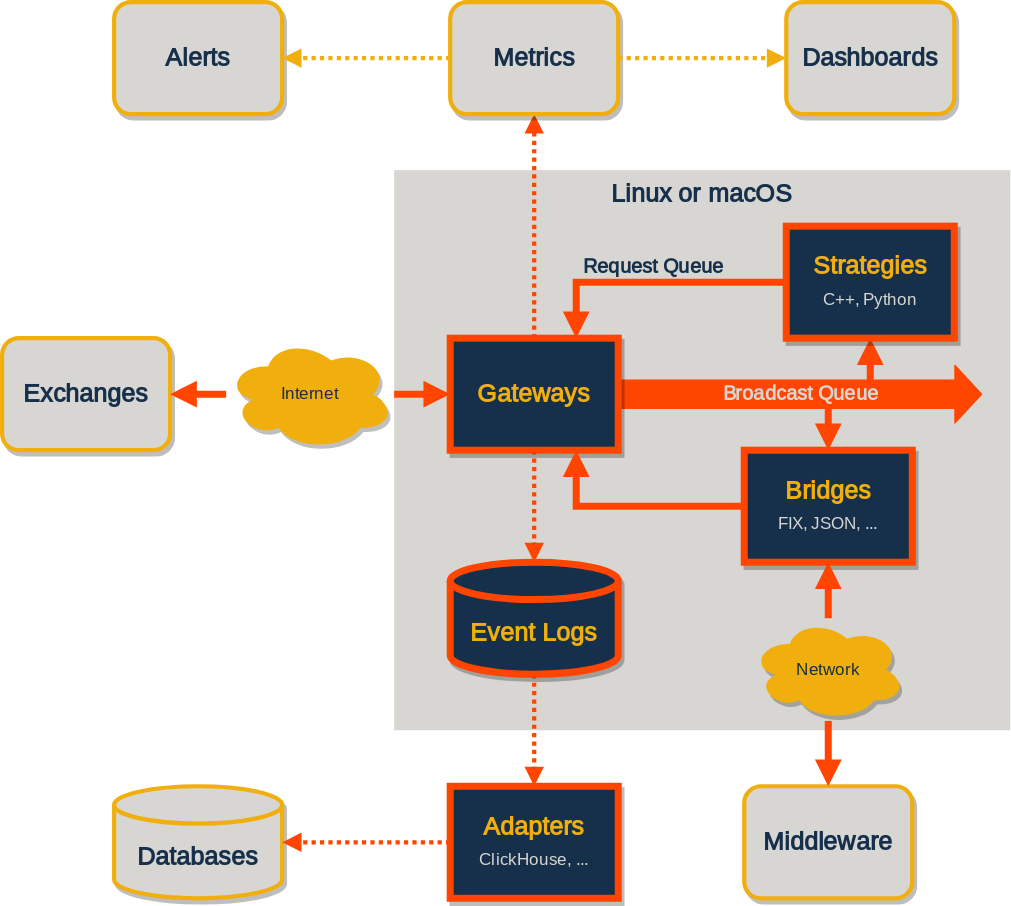
Before: profile/architecture_reference.svg, a diagram exported from draw.io (roq-trading/.github). Source tidied: cells renumbered, new cells last; positions are measured from the earlier drawing's top-left corner, leaving out a move shared by most shapes.
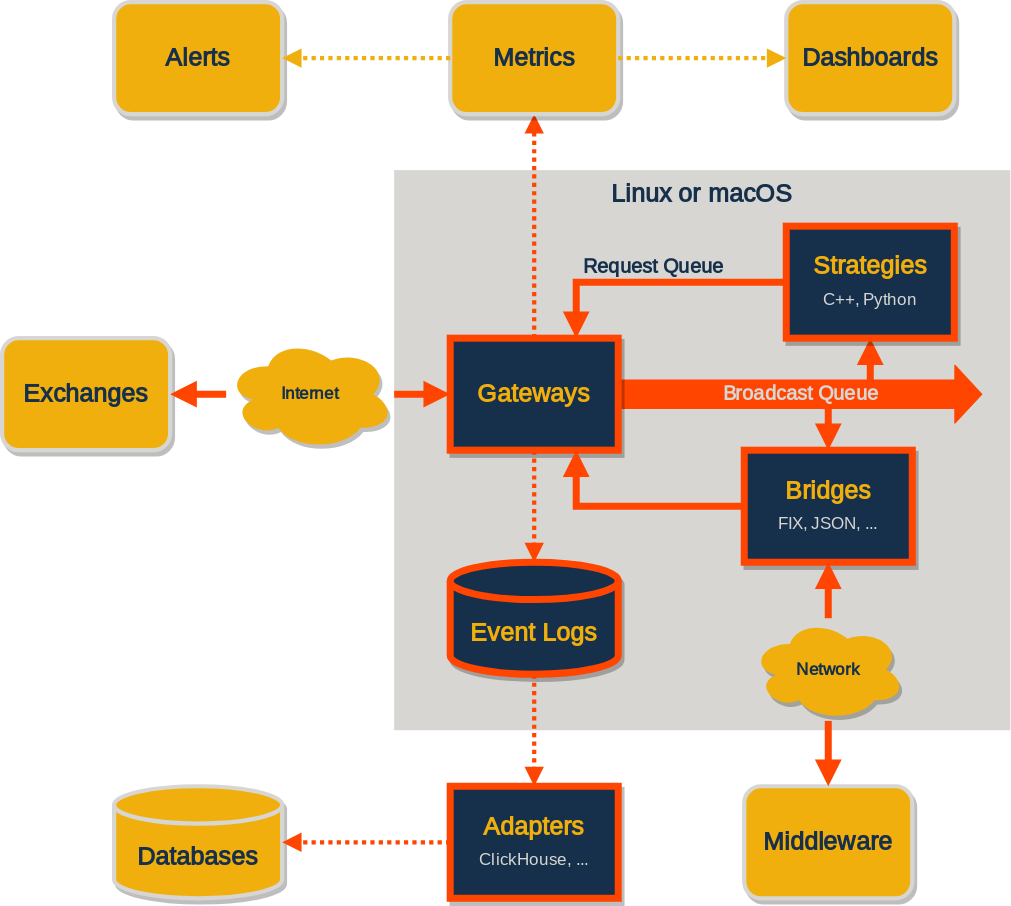
After the change.

Diff of the diagram source:
```diff
@@ -38,7 +38,7 @@
     <mxCell id="11" value="&lt;b&gt;&lt;font color=&quot;#f0af0d&quot;&gt;Bridges&lt;/font&gt;&lt;/b&gt;&lt;font style=&quot;font-size: 12px;&quot;&gt;&lt;br style=&quot;&quot;&gt;&lt;font color=&quot;#d7d6d2&quot;&gt;FIX, JSON, ...&lt;/font&gt;&lt;/font&gt;" style="rounded=0;whiteSpace=wrap;html=1;fontStyle=0;fontColor=#FFFFFF;fillColor=#16304b;strokeColor=#ff4500;strokeWidth=5;fontFamily=Quattrocento Sans;fontSource=https%3A%2F%2Ffonts.googleapis.com%2Fcss%3Ffamily%3DQuattrocento%2BSans;fontSize=18;shadow=1;" parent="1" vertex="1">
       <mxGeometry x="530" y="320" width="120" height="80" as="geometry" />
     </mxCell>
-    <mxCell id="12" value="Exchanges" style="rounded=1;whiteSpace=wrap;html=1;labelBackgroundColor=none;fontStyle=1;fontColor=#16304B;fillColor=#D7D6D2;strokeColor=#F0AF0D;strokeWidth=3;fontFamily=Quattrocento Sans;fontSource=https%3A%2F%2Ffonts.googleapis.com%2Fcss%3Ffamily%3DQuattrocento%2BSans;fontSize=18;shadow=1;" parent="1" vertex="1">
+    <mxCell id="12" value="Exchanges" style="rounded=1;whiteSpace=wrap;html=1;labelBackgroundColor=none;fontStyle=1;fontColor=#16304B;fillColor=#F0AF0D;strokeColor=#D7D6D2;strokeWidth=3;fontFamily=Quattrocento Sans;fontSource=https%3A%2F%2Ffonts.googleapis.com%2Fcss%3Ffamily%3DQuattrocento%2BSans;fontSize=18;shadow=1;" parent="1" vertex="1">
       <mxGeometry y="240" width="120" height="80" as="geometry" />
     </mxCell>
     <mxCell id="13" value="&lt;font color=&quot;#f0af0d&quot;&gt;&lt;br style=&quot;font-size: 18px;&quot;&gt;Event Logs&lt;/font&gt;" style="strokeWidth=5;html=1;shape=mxgraph.flowchart.database;whiteSpace=wrap;strokeColor=#FF4500;fillColor=#16304B;fontColor=#FFFFFF;verticalAlign=middle;fontFamily=Quattrocento Sans;fontSource=https%3A%2F%2Ffonts.googleapis.com%2Fcss%3Ffamily%3DQuattrocento%2BSans;fontSize=18;fontStyle=1;shadow=1;" parent="1" vertex="1">
@@ -47,19 +47,19 @@
     <mxCell id="14" value="&lt;font color=&quot;#f0af0d&quot;&gt;&lt;b&gt;Adapters&lt;/b&gt;&lt;/font&gt;&lt;font style=&quot;font-size: 12px;&quot;&gt;&lt;br style=&quot;&quot;&gt;&lt;font color=&quot;#d7d6d2&quot;&gt;ClickHouse, ...&lt;/font&gt;&lt;/font&gt;" style="rounded=0;whiteSpace=wrap;html=1;labelBackgroundColor=none;fontStyle=0;fontColor=#FFFFFF;fillColor=#16304B;strokeColor=#FF4500;strokeWidth=5;fontFamily=Quattrocento Sans;fontSource=https%3A%2F%2Ffonts.googleapis.com%2Fcss%3Ffamily%3DQuattrocento%2BSans;fontSize=18;shadow=1;" parent="1" vertex="1">
       <mxGeometry x="320" y="560" width="120" height="80" as="geometry" />
     </mxCell>
-    <mxCell id="15" value="&lt;br style=&quot;font-size: 18px;&quot;&gt;Databases" style="strokeWidth=3;html=1;shape=mxgraph.flowchart.database;whiteSpace=wrap;strokeColor=#F0AF0D;fillColor=#D7D6D2;fontColor=#16304B;verticalAlign=middle;fontFamily=Quattrocento Sans;fontSource=https%3A%2F%2Ffonts.googleapis.com%2Fcss%3Ffamily%3DQuattrocento%2BSans;fontSize=18;fontStyle=1;shadow=1;" parent="1" vertex="1">
+    <mxCell id="15" value="&lt;br style=&quot;font-size: 18px;&quot;&gt;Databases" style="strokeWidth=3;html=1;shape=mxgraph.flowchart.database;whiteSpace=wrap;strokeColor=#D7D6D2;fillColor=#F0AF0D;fontColor=#16304B;verticalAlign=middle;fontFamily=Quattrocento Sans;fontSource=https%3A%2F%2Ffonts.googleapis.com%2Fcss%3Ffamily%3DQuattrocento%2BSans;fontSize=18;fontStyle=1;shadow=1;" parent="1" vertex="1">
       <mxGeometry x="80" y="560" width="120" height="80" as="geometry" />
     </mxCell>
     <mxCell id="16" style="endArrow=block;startArrow=none;html=1;entryX=0;entryY=0.5;entryDx=0;entryDy=0;endFill=1;strokeWidth=5;startFill=1;strokeColor=#ff4500;fontFamily=Quattrocento Sans;fontSource=https%3A%2F%2Ffonts.googleapis.com%2Fcss%3Ffamily%3DQuattrocento%2BSans;fontSize=14;" parent="1" edge="1" source="29" target="9">
       <mxGeometry relative="1" as="geometry" />
     </mxCell>
-    <mxCell id="17" value="Metrics" style="rounded=1;whiteSpace=wrap;html=1;labelBackgroundColor=none;fontStyle=1;fontColor=#16304B;fillColor=#D7D6D2;strokeColor=#F0AF0D;strokeWidth=3;fontFamily=Quattrocento Sans;fontSource=https%3A%2F%2Ffonts.googleapis.com%2Fcss%3Ffamily%3DQuattrocento%2BSans;fontSize=18;shadow=1;" parent="1" vertex="1">
+    <mxCell id="17" value="Metrics" style="rounded=1;whiteSpace=wrap;html=1;labelBackgroundColor=none;fontStyle=1;fontColor=#16304B;fillColor=#F0AF0D;strokeColor=#D7D6D2;strokeWidth=3;fontFamily=Quattrocento Sans;fontSource=https%3A%2F%2Ffonts.googleapis.com%2Fcss%3Ffamily%3DQuattrocento%2BSans;fontSize=18;shadow=1;" parent="1" vertex="1">
       <mxGeometry x="320" width="120" height="80" as="geometry" />
     </mxCell>
-    <mxCell id="18" value="Dashboards" style="rounded=1;whiteSpace=wrap;html=1;labelBackgroundColor=none;fontStyle=1;fontColor=#16304B;fillColor=#D7D6D2;strokeColor=#F0AF0D;strokeWidth=3;fontFamily=Quattrocento Sans;fontSource=https%3A%2F%2Ffonts.googleapis.com%2Fcss%3Ffamily%3DQuattrocento%2BSans;fontSize=18;shadow=1;" parent="1" vertex="1">
+    <mxCell id="18" value="Dashboards" style="rounded=1;whiteSpace=wrap;html=1;labelBackgroundColor=none;fontStyle=1;fontColor=#16304B;fillColor=#F0AF0D;strokeColor=#D7D6D2;strokeWidth=3;fontFamily=Quattrocento Sans;fontSource=https%3A%2F%2Ffonts.googleapis.com%2Fcss%3Ffamily%3DQuattrocento%2BSans;fontSize=18;shadow=1;" parent="1" vertex="1">
       <mxGeometry x="560" width="120" height="80" as="geometry" />
     </mxCell>
-    <mxCell id="19" value="Alerts" style="rounded=1;whiteSpace=wrap;html=1;labelBackgroundColor=none;fontStyle=1;fontColor=#16304B;fillColor=#D7D6D2;strokeColor=#F0AF0D;strokeWidth=3;fontFamily=Quattrocento Sans;fontSource=https%3A%2F%2Ffonts.googleapis.com%2Fcss%3Ffamily%3DQuattrocento%2BSans;fontSize=18;shadow=1;" parent="1" vertex="1">
+    <mxCell id="19" value="Alerts" style="rounded=1;whiteSpace=wrap;html=1;labelBackgroundColor=none;fontStyle=1;fontColor=#16304B;fillColor=#F0AF0D;strokeColor=#D7D6D2;strokeWidth=3;fontFamily=Quattrocento Sans;fontSource=https%3A%2F%2Ffonts.googleapis.com%2Fcss%3Ffamily%3DQuattrocento%2BSans;fontSize=18;shadow=1;" parent="1" vertex="1">
       <mxGeometry x="80" width="120" height="80" as="geometry" />
     </mxCell>
     <mxCell id="20" style="endArrow=block;html=1;strokeWidth=3;endFill=1;strokeColor=#F0AF0D;exitX=0;exitY=0.5;exitDx=0;exitDy=0;entryX=1;entryY=0.5;entryDx=0;entryDy=0;dashed=1;dashPattern=1 1;fontColor=#000000;fontFamily=Quattrocento Sans;fontSource=https%3A%2F%2Ffonts.googleapis.com%2Fcss%3Ffamily%3DQuattrocento%2BSans;fontSize=14;" parent="1" edge="1" source="17" target="19">
@@ -77,19 +77,19 @@
     <mxCell id="24" value="Request Queue" style="edgeStyle=orthogonalEdgeStyle;rounded=0;jettySize=auto;html=1;exitX=0;exitY=0.5;exitDx=0;exitDy=0;entryX=0.75;entryY=0;entryDx=0;entryDy=0;strokeWidth=5;endArrow=block;endFill=1;strokeColor=#ff4500;labelBackgroundColor=none;labelPosition=center;verticalLabelPosition=top;align=center;verticalAlign=bottom;fontFamily=Quattrocento Sans;fontSource=https%3A%2F%2Ffonts.googleapis.com%2Fcss%3Ffamily%3DQuattrocento%2BSans;fontSize=14;fontColor=#16304B;fontStyle=1;" parent="1" edge="1" source="10" target="9">
       <mxGeometry relative="1" as="geometry" />
     </mxCell>
-    <mxCell id="25" value="Middleware" style="rounded=1;whiteSpace=wrap;html=1;labelBackgroundColor=none;fontStyle=1;fontColor=#16304B;fillColor=#D7D6D2;strokeColor=#F0AF0D;strokeWidth=3;fontFamily=Quattrocento Sans;fontSource=https%3A%2F%2Ffonts.googleapis.com%2Fcss%3Ffamily%3DQuattrocento%2BSans;fontSize=18;shadow=1;" parent="1" vertex="1">
+    <mxCell id="25" value="Middleware" style="rounded=1;whiteSpace=wrap;html=1;labelBackgroundColor=none;fontStyle=1;fontColor=#16304B;fillColor=#F0AF0D;strokeColor=#D7D6D2;strokeWidth=3;fontFamily=Quattrocento Sans;fontSource=https%3A%2F%2Ffonts.googleapis.com%2Fcss%3Ffamily%3DQuattrocento%2BSans;fontSize=18;shadow=1;" parent="1" vertex="1">
       <mxGeometry x="530" y="560" width="120" height="80" as="geometry" />
     </mxCell>
     <mxCell id="26" style="endArrow=block;html=1;strokeWidth=5;endFill=1;strokeColor=#FF4500;entryX=0.5;entryY=0;entryDx=0;entryDy=0;startArrow=none;startFill=1;labelPosition=right;verticalLabelPosition=middle;align=left;verticalAlign=middle;labelBackgroundColor=none;exitX=0.5;exitY=1;exitDx=0;exitDy=0;fontFamily=Quattrocento Sans;fontSource=https%3A%2F%2Ffonts.googleapis.com%2Fcss%3Ffamily%3DQuattrocento%2BSans;fontSize=14;" parent="1" edge="1" source="27" target="25">
       <mxGeometry relative="1" as="geometry" />
     </mxCell>
-    <mxCell id="27" value="Network" style="ellipse;shape=cloud;whiteSpace=wrap;html=1;fillColor=#f0af0d;strokeColor=none;fontFamily=Quattrocento Sans;fontSource=https%3A%2F%2Ffonts.googleapis.com%2Fcss%3Ffamily%3DQuattrocento%2BSans;fontSize=12;shadow=1;fontColor=#16304B;" parent="1" vertex="1">
+    <mxCell id="27" value="Network" style="ellipse;shape=cloud;whiteSpace=wrap;html=1;fillColor=#f0af0d;strokeColor=none;fontFamily=Quattrocento Sans;fontSource=https%3A%2F%2Ffonts.googleapis.com%2Fcss%3Ffamily%3DQuattrocento%2BSans;fontSize=12;shadow=1;fontColor=#16304B;fontStyle=1;" parent="1" vertex="1">
       <mxGeometry x="535" y="440" width="110" height="73.3" as="geometry" />
     </mxCell>
     <mxCell id="28" style="endArrow=none;html=1;strokeWidth=5;endFill=1;strokeColor=#FF4500;entryX=0.5;entryY=0;entryDx=0;entryDy=0;startArrow=block;startFill=1;labelPosition=right;verticalLabelPosition=middle;align=left;verticalAlign=middle;labelBackgroundColor=none;exitX=0.5;exitY=1;exitDx=0;exitDy=0;fontFamily=Quattrocento Sans;fontSource=https%3A%2F%2Ffonts.googleapis.com%2Fcss%3Ffamily%3DQuattrocento%2BSans;fontSize=14;" parent="1" edge="1" source="11" target="27">
       <mxGeometry relative="1" as="geometry" />
     </mxCell>
-    <mxCell id="29" value="Internet" style="ellipse;shape=cloud;whiteSpace=wrap;html=1;fillColor=#f0af0d;strokeColor=none;fontFamily=Quattrocento Sans;fontSource=https%3A%2F%2Ffonts.googleapis.com%2Fcss%3Ffamily%3DQuattrocento%2BSans;fontSize=12;shadow=1;fontColor=#16304B;fontStyle=0;" parent="1" vertex="1">
+    <mxCell id="29" value="Internet" style="ellipse;shape=cloud;whiteSpace=wrap;html=1;fillColor=#f0af0d;strokeColor=none;fontFamily=Quattrocento Sans;fontSource=https%3A%2F%2Ffonts.googleapis.com%2Fcss%3Ffamily%3DQuattrocento%2BSans;fontSize=12;shadow=1;fontColor=#16304B;fontStyle=1;" parent="1" vertex="1">
       <mxGeometry x="160" y="240" width="120" height="80" as="geometry" />
     </mxCell>
     <mxCell id="30" style="endArrow=none;startArrow=block;html=1;entryX=0;entryY=0.5;entryDx=0;entryDy=0;endFill=1;strokeWidth=5;startFill=1;strokeColor=#ff4500;fontFamily=Quattrocento Sans;fontSource=https%3A%2F%2Ffonts.googleapis.com%2Fcss%3Ffamily%3DQuattrocento%2BSans;fontSize=14;" parent="1" edge="1" source="12" target="29">
```
